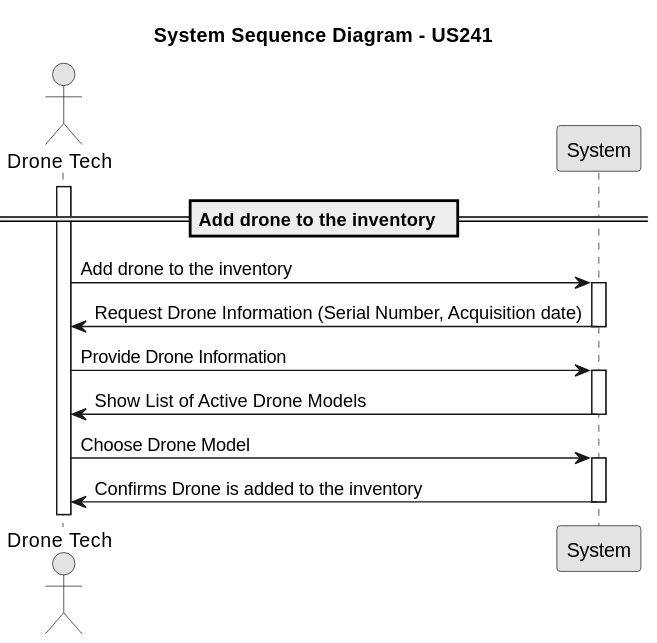
Above: docs/Sprint2/us_241/images/system-sequence-diagram-US241.svg in rubenFreitas1/ISEP-LAPR4-2024-2025 (PlantUML), before the change.
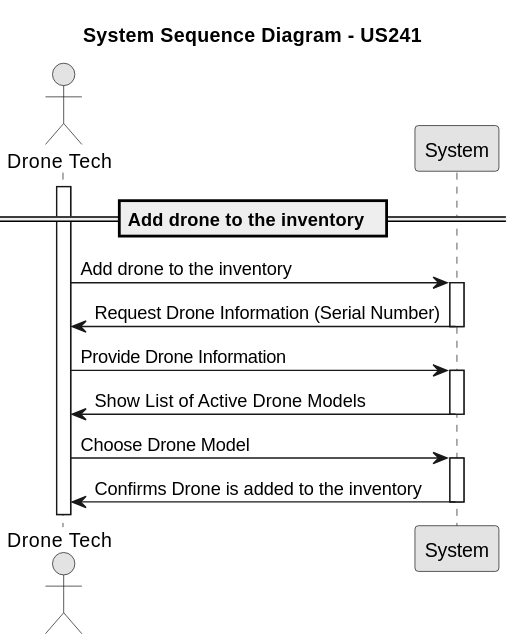
After the change.

Change to the diagram source:
```diff
@@ -14,7 +14,7 @@
 droneTech -> system : Add drone to the inventory
 activate system
 
-system -> droneTech : Request Drone Information (Serial Number, Acquisition date)
+system -> droneTech : Request Drone Information (Serial Number)
 deactivate system
 droneTech -> system : Provide Drone Information
 
```
